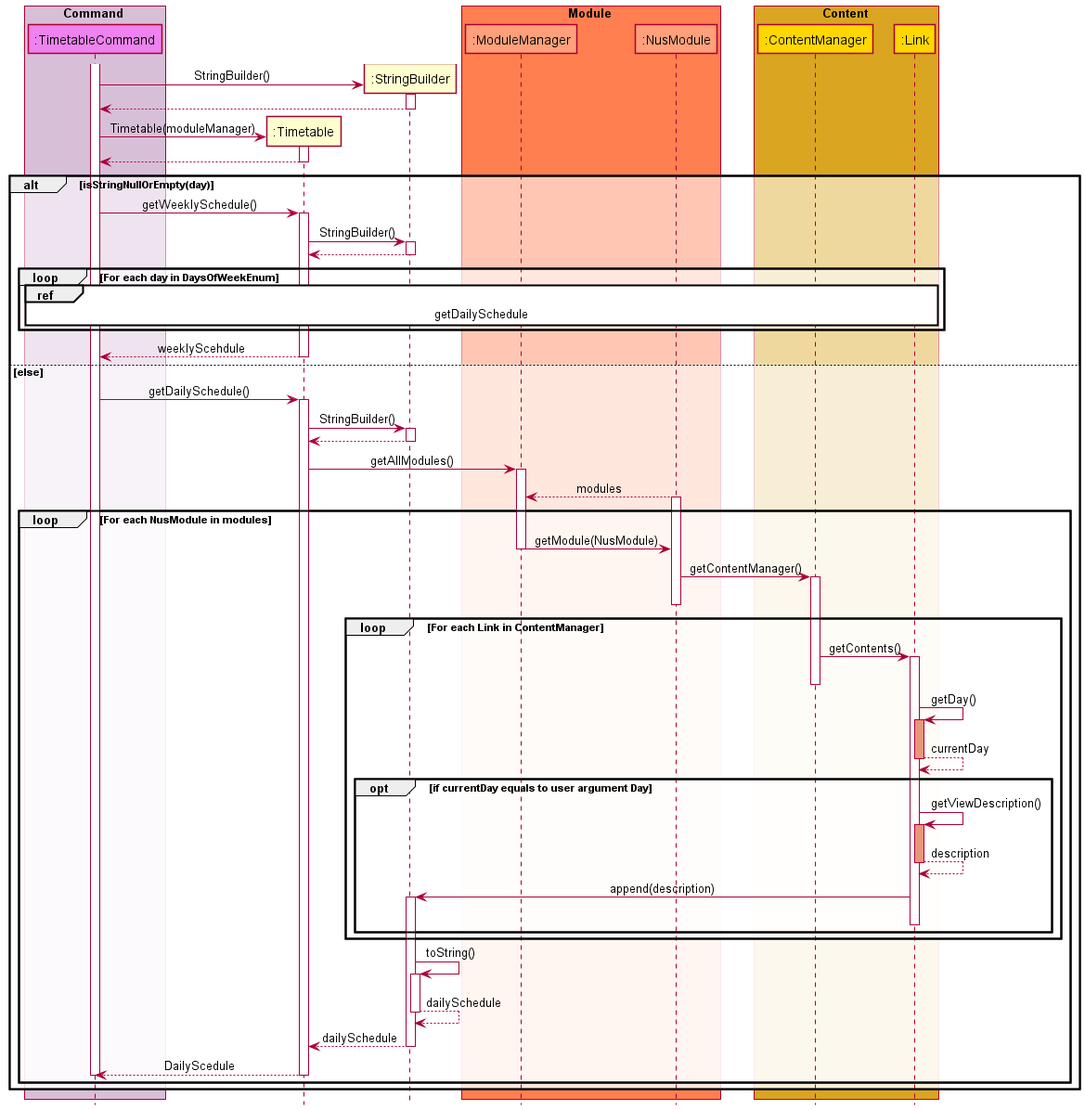
Before: docs/attachments/TimetableSequenceDiagram.png, a diagram exported from PlantUML (nus-cs2113-AY2122S1/tp).
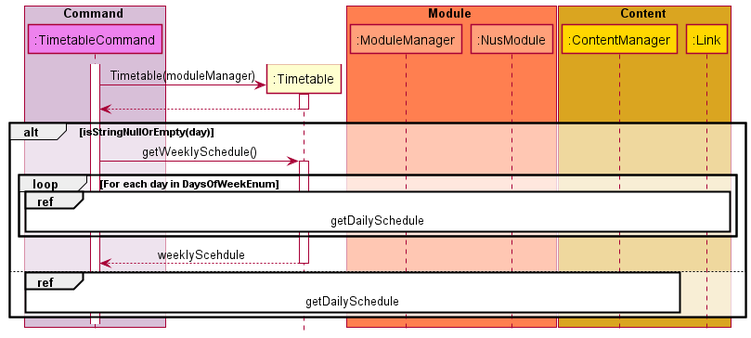
Later version of the same file.

Commit message:
Update Sequence Diagram

Change to the diagram source:
```diff
@@ -5,10 +5,8 @@
 box Command COMMAND_BOX_COLOR
 participant ":TimetableCommand" as TimetableCommand COMMAND_COLOR
 endbox
-
 participant ":Timetable" as Timetable
 
-participant ":StringBuilder" as StringBuilder
 
 box Module MODULE_BOX_COLOR
 participant ":ModuleManager" as ModuleManager MODULE_COLOR
@@ -21,11 +19,6 @@
 endbox
 
 activate TimetableCommand
-create StringBuilder
-TimetableCommand -> StringBuilder: StringBuilder()
-Activate StringBuilder
-StringBuilder --> TimetableCommand
-Deactivate StringBuilder
 
 create Timetable
 TimetableCommand -> Timetable: Timetable(moduleManager)
@@ -38,81 +31,18 @@
 TimetableCommand -> Timetable: getWeeklySchedule()
 Activate Timetable
 
-Timetable -> StringBuilder: StringBuilder()
-Activate StringBuilder
-StringBuilder --> Timetable
-Deactivate StringBuilder
 
 loop For each day in DaysOfWeekEnum
-ref over TimetableCommand, StringBuilder, Timetable, ModuleManager, NusModule, ContentManager, Link: getDailySchedule
+ref over TimetableCommand, Timetable, ModuleManager, NusModule, ContentManager, Link: getDailySchedule
 end
 Timetable --> TimetableCommand: weeklyScehdule
 Deactivate Timetable
 
 
-else else
-TimetableCommand -> Timetable: getDailySchedule()
-Activate Timetable
-
-Timetable -> StringBuilder: StringBuilder()
-Activate StringBuilder
-StringBuilder --> Timetable
-Deactivate StringBuilder
-
-Timetable -> ModuleManager: getAllModules()
-Activate ModuleManager
-NusModule --> ModuleManager: modules
-Activate NusModule
-
-loop For each NusModule in modules
-    ModuleManager -> NusModule: getModule(NusModule)
-
-
-    Deactivate ModuleManager
-
-    NusModule -> ContentManager : getContentManager()
-
-    Activate ContentManager
-    Deactivate NusModule
-
-        loop For each Link in ContentManager
-
-            ContentManager -> Link: getContents()
-            Activate Link
-            Deactivate ContentManager
-
-            Link->Link: getDay()
-            Activate Link #DarkSalmon
-            Link --> Link: currentDay
-
-            opt if currentDay equals to user argument Day
-            Deactivate Link
-
-            Link -> Link: getViewDescription()
-            Activate Link #DarkSalmon
-
-            Link --> Link: description
-            Deactivate Link
-            Link -> StringBuilder: append(description)
-            Activate StringBuilder
-            Deactivate Link
-        end
-
+else
+ref over TimetableCommand, Timetable, ModuleManager, NusModule, ContentManager
+getDailySchedule
 end
-StringBuilder -> StringBuilder: toString()
-Activate StringBuilder
-StringBuilder --> StringBuilder: dailySchedule
-Deactivate StringBuilder
-StringBuilder --> Timetable: dailySchedule
-Deactivate StringBuilder
-Timetable --> TimetableCommand: DailyScedule
-Deactivate Timetable
-Deactivate TimetableCommand
-end
-
-
-
-
 
 end
 
```
